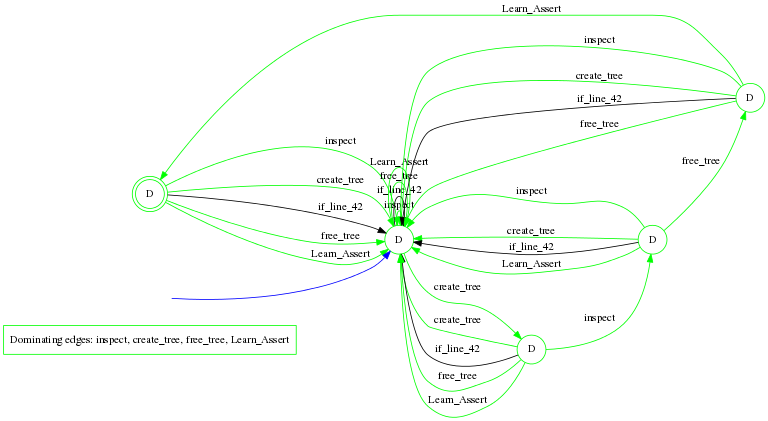
Before: website/automata/_tree_false-3-7.png, a diagram exported from Graphviz (martinchapman/learning-errors). Its source is kept beside it as website/automata/_tree_false-3-7.dot.
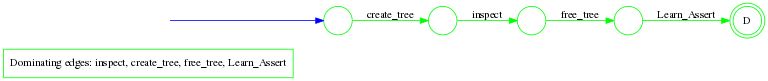
The same diagram one commit later.

What changed in the source:
```diff
@@ -5,35 +5,14 @@
 
 node [shape=rectangle, color = green, label= "Dominating edges: inspect, create_tree, free_tree, Learn_Assert"]; dom_edges;
 	node [shape=doublecircle, style="", color=green, label = "D"]; q1;
-	node [shape=circle, style="", color=green, label = D]; q0;
-	node [shape=circle, style="", color=green, label = D]; q2;
-	node [shape=circle, style="", color=green, label = D]; q3;
-	node [shape=circle, style="", color=green, label = D]; q4;
+	node [shape=circle, style="", color=green, label = ""]; q0;
+	node [shape=circle, style="", color=green, label = ""]; q2;
+	node [shape=circle, style="", color=green, label = ""]; q3;
+	node [shape=circle, style="", color=green, label = ""]; q4;
 	node [shape=plaintext, label="", style=""]; iq0;
 	iq0 -> q0 [color=blue];
-	q0 -> q0 [label="inspect", color = green];
 	q0 -> q4 [label="create_tree", color = green];
-	q0 -> q0 [label="if_line_42"];
-	q0 -> q0 [label="free_tree", color = green];
-	q0 -> q0 [label="Learn_Assert", color = green];
-	q1 -> q0 [label="inspect", color = green];
-	q1 -> q0 [label="create_tree", color = green];
-	q1 -> q0 [label="if_line_42"];
-	q1 -> q0 [label="free_tree", color = green];
-	q1 -> q0 [label="Learn_Assert", color = green];
-	q2 -> q0 [label="inspect", color = green];
-	q2 -> q0 [label="create_tree", color = green];
-	q2 -> q0 [label="if_line_42"];
-	q2 -> q0 [label="free_tree", color = green];
 	q2 -> q1 [label="Learn_Assert", color = green];
-	q3 -> q0 [label="inspect", color = green];
-	q3 -> q0 [label="create_tree", color = green];
-	q3 -> q0 [label="if_line_42"];
 	q3 -> q2 [label="free_tree", color = green];
-	q3 -> q0 [label="Learn_Assert", color = green];
 	q4 -> q3 [label="inspect", color = green];
-	q4 -> q0 [label="create_tree", color = green];
-	q4 -> q0 [label="if_line_42"];
-	q4 -> q0 [label="free_tree", color = green];
-	q4 -> q0 [label="Learn_Assert", color = green];
 };
```
